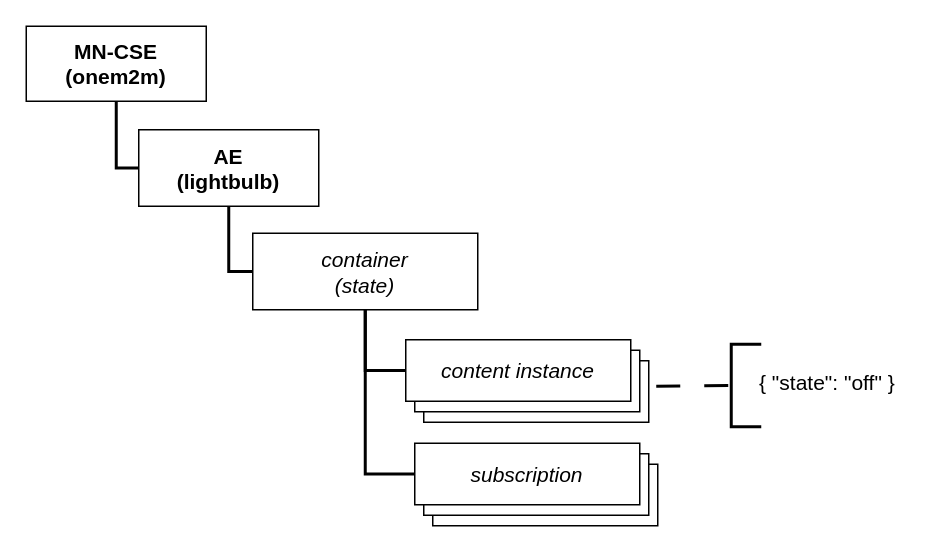
Before: page "Smart Bulb" (2 of 4) of assets/diagrams.drawio in daniel-carreira/smart-lighting-onem2m, a draw.io diagram. Source tidied: cells renumbered, new cells numbered last; positions are measured from the earlier drawing's top-left corner, leaving out a move shared by most shapes. Both pictures are drawn from the tidied source at 150%, with x=0, y=0 at pixel (26, 26).
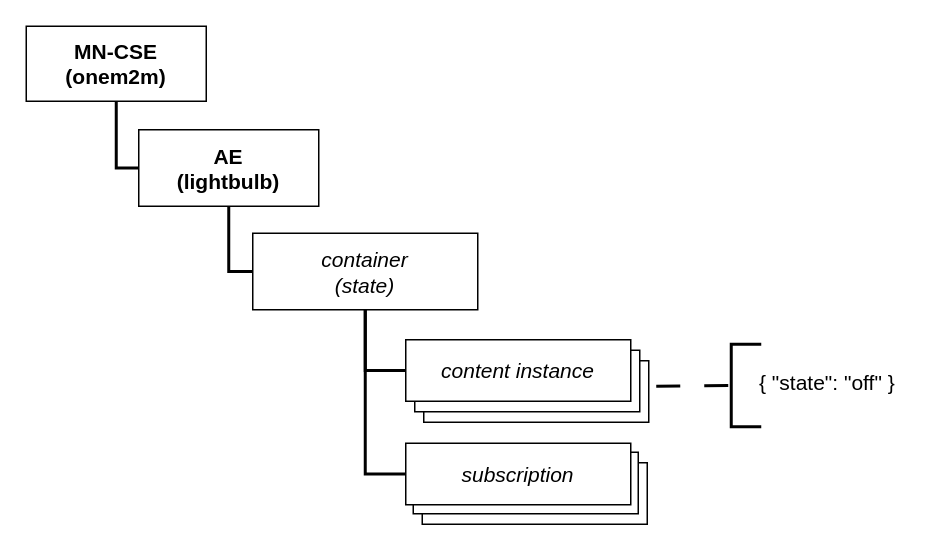
The same page after the edit.

What changed in the source:
```diff
@@
+    <mxCell id="18" value="&lt;span style=&quot;font-weight: normal;&quot;&gt;&lt;br&gt;&lt;/span&gt;" style="rounded=0;whiteSpace=wrap;html=1;fontStyle=1;fontSize=14;" parent="1" vertex="1">
+      <mxGeometry x="264" y="291" width="150" height="41" as="geometry" />
+    </mxCell>
+    <mxCell id="19" value="&lt;span style=&quot;font-weight: normal;&quot;&gt;&lt;br&gt;&lt;/span&gt;" style="rounded=0;whiteSpace=wrap;html=1;fontStyle=1;fontSize=14;" parent="1" vertex="1">
+      <mxGeometry x="258" y="284" width="150" height="41" as="geometry" />
+    </mxCell>
@@
-    <mxCell id="11" value="&lt;span style=&quot;font-weight: normal;&quot;&gt;&lt;br&gt;&lt;/span&gt;" style="rounded=0;whiteSpace=wrap;html=1;fontStyle=1;fontSize=14;" parent="1" vertex="1">
-      <mxGeometry x="271" y="292" width="150" height="41" as="geometry" />
-    </mxCell>
-    <mxCell id="12" value="&lt;span style=&quot;font-weight: normal;&quot;&gt;&lt;br&gt;&lt;/span&gt;" style="rounded=0;whiteSpace=wrap;html=1;fontStyle=1;fontSize=14;" parent="1" vertex="1">
-      <mxGeometry x="265" y="285" width="150" height="41" as="geometry" />
-    </mxCell>
@@
+    <mxCell id="15" value="&lt;div style=&quot;font-size: 14px;&quot;&gt;&lt;span style=&quot;background-color: initial;&quot;&gt;{ &quot;state&quot;: &quot;off&quot;&amp;nbsp;&lt;/span&gt;&lt;span style=&quot;background-color: initial;&quot;&gt;}&lt;/span&gt;&lt;/div&gt;" style="text;html=1;align=left;verticalAlign=middle;strokeColor=none;fillColor=none;perimeterSpacing=3;" parent="1" vertex="1">
+      <mxGeometry x="487" y="223" width="110" height="30" as="geometry" />
+    </mxCell>
     <mxCell id="14" value="&lt;span style=&quot;font-weight: 400;&quot;&gt;&lt;i&gt;subscription&lt;/i&gt;&lt;/span&gt;" style="rounded=0;whiteSpace=wrap;html=1;fontStyle=1;fontSize=14;" parent="1" vertex="1">
-      <mxGeometry x="259" y="278" width="150" height="41" as="geometry" />
+      <mxGeometry x="253" y="278" width="150" height="41" as="geometry" />
     </mxCell>
-    <mxCell id="15" value="&lt;div style=&quot;font-size: 14px;&quot;&gt;&lt;span style=&quot;background-color: initial;&quot;&gt;{ &quot;state&quot;: &quot;off&quot;&amp;nbsp;&lt;/span&gt;&lt;span style=&quot;background-color: initial;&quot;&gt;}&lt;/span&gt;&lt;/div&gt;" style="text;html=1;align=left;verticalAlign=middle;strokeColor=none;fillColor=none;perimeterSpacing=3;" parent="1" vertex="1">
-      <mxGeometry x="487" y="223" width="110" height="30" as="geometry" />
-    </mxCell>
```
